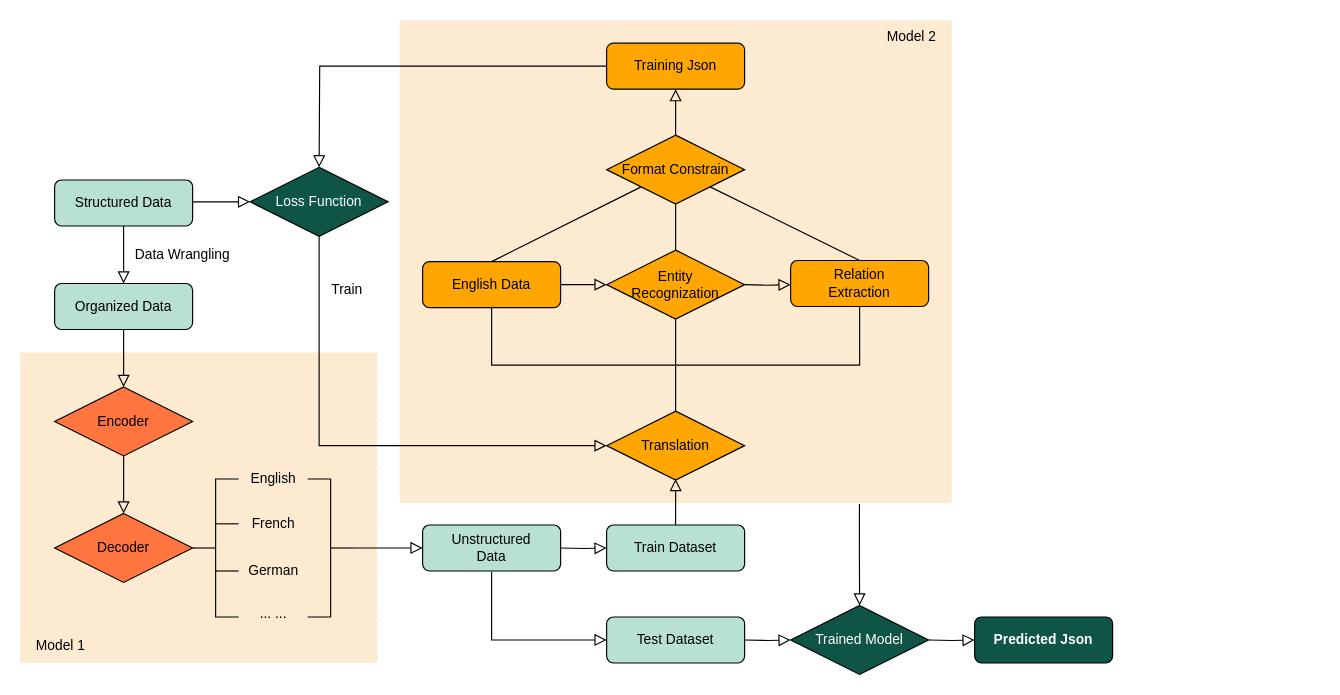
Earlier version of the draw.io diagram page "Page-1" (1 of 3) of testfiles/capstone.drawio (Yanjia1018/FinTech545_Spring2024). Source tidied: cells renumbered, new cells numbered last; positions are measured from the earlier drawing's top-left corner, leaving out a move shared by most shapes. Both pictures are drawn from the tidied source at 115%, with x=0, y=0 at pixel (20, 20).
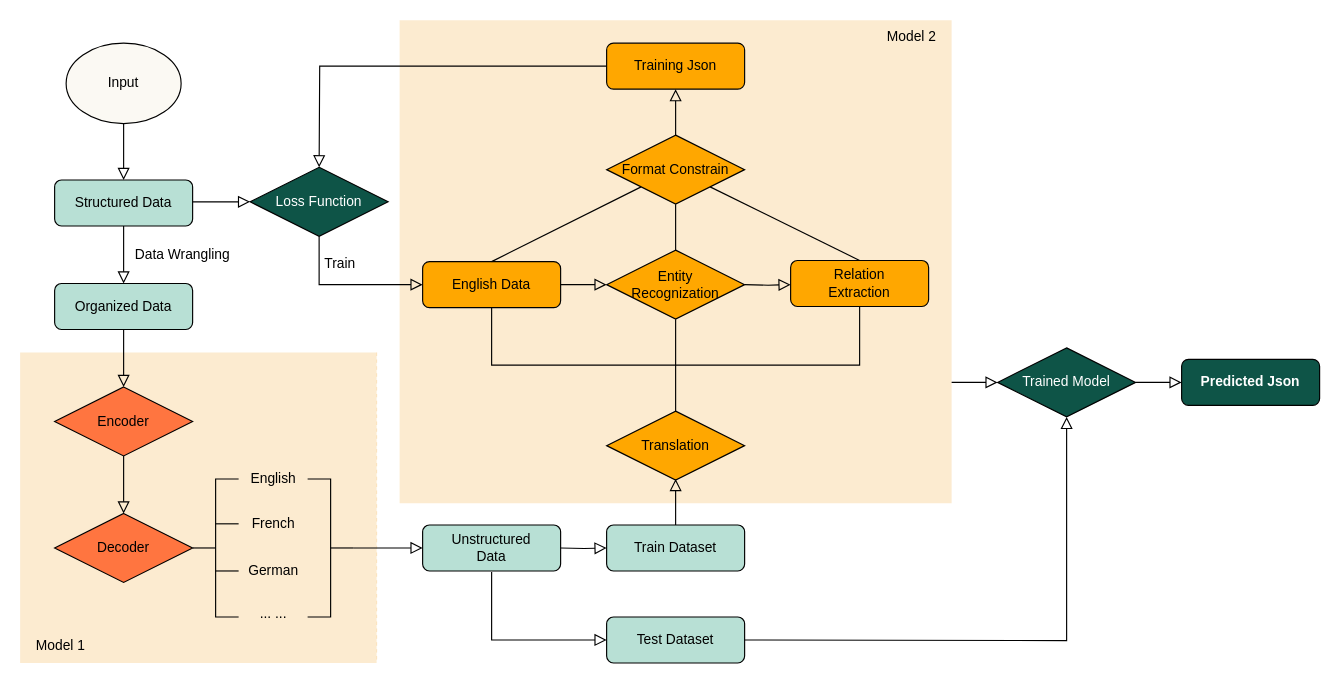
Above is the later version.

Unchanged cells that the change refers to:
```xml
<mxCell id="2" style="swimlane;startSize=0;swimlaneFillColor=#F7CD8A;fillColor=none;opacity=40;strokeColor=none;" parent="1" vertex="1">
  <mxGeometry x="330" width="480" height="420" as="geometry" />
</mxCell>
<mxCell id="18" value="English Data" style="rounded=1;whiteSpace=wrap;html=1;fontSize=12;glass=0;strokeWidth=1;shadow=0;fillColor=#FFA700;" parent="1" vertex="1">
  <mxGeometry x="350" y="210" width="120" height="40" as="geometry" />
</mxCell>
<mxCell id="26" value="&lt;font color=&quot;#ffffff&quot;&gt;Loss Function&lt;/font&gt;" style="rhombus;whiteSpace=wrap;html=1;fillColor=#0E5447;" parent="1" vertex="1">
  <mxGeometry x="200" y="128" width="120" height="60" as="geometry" />
</mxCell>
<mxCell id="30" value="Translation" style="rhombus;whiteSpace=wrap;html=1;fillColor=#FFA700;" parent="1" vertex="1">
  <mxGeometry x="510" y="340" width="120" height="60" as="geometry" />
</mxCell>
```

What changed in the source:
```diff
@@
     <mxCell id="42" value="&lt;font color=&quot;#ffffff&quot;&gt;Trained Model&lt;/font&gt;" style="rhombus;whiteSpace=wrap;html=1;fillColor=#0E5447;" parent="1" vertex="1">
-      <mxGeometry x="670" y="509" width="120" height="60" as="geometry" />
+      <mxGeometry x="850" y="285" width="120" height="60" as="geometry" />
     </mxCell>
     <mxCell id="43" value="&lt;font color=&quot;#ffffff&quot;&gt;&lt;b&gt;Predicted Json&lt;/b&gt;&lt;/font&gt;" style="rounded=1;whiteSpace=wrap;html=1;fontSize=12;glass=0;strokeWidth=1;shadow=0;fillColor=#0E5447;" parent="1" vertex="1">
-      <mxGeometry x="830" y="519" width="120" height="40" as="geometry" />
+      <mxGeometry x="1010" y="295" width="120" height="40" as="geometry" />
     </mxCell>
@@
-    <mxCell id="47" style="edgeStyle=orthogonalEdgeStyle;rounded=0;html=1;jettySize=auto;orthogonalLoop=1;fontSize=11;endArrow=block;endFill=0;endSize=8;strokeWidth=1;shadow=0;labelBackgroundColor=none;entryX=0;entryY=0.5;entryDx=0;entryDy=0;exitX=1;exitY=0.5;exitDx=0;exitDy=0;" parent="1" edge="1">
+    <mxCell id="47" style="edgeStyle=orthogonalEdgeStyle;rounded=0;html=1;jettySize=auto;fontSize=11;endArrow=block;endFill=0;endSize=8;strokeWidth=1;shadow=0;labelBackgroundColor=none;entryX=0.5;entryY=1;entryDx=0;entryDy=0;exitX=1;exitY=0.5;exitDx=0;exitDy=0;" parent="1" edge="1" target="42">
       <mxGeometry y="10" relative="1" as="geometry">
         <mxPoint x="630" y="539" as="sourcePoint" />
-        <mxPoint x="670" y="539" as="targetPoint" />
       </mxGeometry>
     </mxCell>
-    <mxCell id="48" style="edgeStyle=orthogonalEdgeStyle;rounded=0;html=1;jettySize=auto;orthogonalLoop=1;fontSize=11;endArrow=block;endFill=0;endSize=8;strokeWidth=1;shadow=0;labelBackgroundColor=none;entryX=0;entryY=0.5;entryDx=0;entryDy=0;exitX=1;exitY=0.5;exitDx=0;exitDy=0;" parent="1" edge="1">
-      <mxGeometry y="10" relative="1" as="geometry">
-        <mxPoint x="790" y="539" as="sourcePoint" />
-        <mxPoint x="830" y="539" as="targetPoint" />
-      </mxGeometry>
+    <mxCell id="48" style="edgeStyle=orthogonalEdgeStyle;rounded=0;html=1;jettySize=auto;fontSize=11;endArrow=block;endFill=0;endSize=8;strokeWidth=1;shadow=0;labelBackgroundColor=none;entryX=0;entryY=0.5;entryDx=0;entryDy=0;exitX=1;exitY=0.5;exitDx=0;exitDy=0;" parent="1" edge="1" source="42" target="43">
+      <mxGeometry y="10" relative="1" as="geometry" />
     </mxCell>
@@
     <mxCell id="50" value="Train" style="text;html=1;align=center;verticalAlign=middle;strokeColor=none;fillColor=none;" parent="1" vertex="1">
-      <mxGeometry x="259" y="220" width="50" height="30" as="geometry" />
+      <mxGeometry x="253" y="197" width="50" height="30" as="geometry" />
     </mxCell>
-    <mxCell id="51" style="rounded=0;html=1;jettySize=auto;fontSize=11;endArrow=block;endFill=0;endSize=8;strokeWidth=1;shadow=0;labelBackgroundColor=none;edgeStyle=orthogonalEdgeStyle;exitX=0.5;exitY=1;exitDx=0;exitDy=0;entryX=0;entryY=0.5;entryDx=0;entryDy=0;" parent="1" edge="1" source="26" target="30">
+    <mxCell id="51" style="rounded=0;html=1;jettySize=auto;fontSize=11;endArrow=block;endFill=0;endSize=8;strokeWidth=1;shadow=0;labelBackgroundColor=none;edgeStyle=orthogonalEdgeStyle;exitX=0.5;exitY=1;exitDx=0;exitDy=0;entryX=0;entryY=0.5;entryDx=0;entryDy=0;" parent="1" edge="1" source="26" target="18">
       <mxGeometry relative="1" as="geometry" />
     </mxCell>
-    <mxCell id="52" style="rounded=0;html=1;jettySize=auto;fontSize=11;endArrow=block;endFill=0;endSize=8;strokeWidth=1;shadow=0;labelBackgroundColor=none;edgeStyle=orthogonalEdgeStyle;entryX=0.5;entryY=0;entryDx=0;entryDy=0;exitX=0.833;exitY=1.002;exitDx=0;exitDy=0;exitPerimeter=0;" parent="1" edge="1" source="2" target="42">
+    <mxCell id="52" style="rounded=0;html=1;jettySize=auto;fontSize=11;endArrow=block;endFill=0;endSize=8;strokeWidth=1;shadow=0;labelBackgroundColor=none;edgeStyle=orthogonalEdgeStyle;entryX=0;entryY=0.5;entryDx=0;entryDy=0;exitX=1;exitY=0.75;exitDx=0;exitDy=0;" parent="1" edge="1" source="2" target="42">
       <mxGeometry relative="1" as="geometry" />
     </mxCell>
+    <mxCell id="53" value="Input" style="ellipse;whiteSpace=wrap;html=1;fillColor=#FBF9F3;" parent="1" vertex="1">
+      <mxGeometry x="40" y="20" width="100" height="70" as="geometry" />
+    </mxCell>
+    <mxCell id="54" style="rounded=0;html=1;jettySize=auto;fontSize=11;endArrow=block;endFill=0;endSize=8;strokeWidth=1;shadow=0;labelBackgroundColor=none;edgeStyle=orthogonalEdgeStyle;exitX=0.5;exitY=1;exitDx=0;exitDy=0;" parent="1" edge="1" source="53">
+      <mxGeometry relative="1" as="geometry">
+        <mxPoint x="90" y="139" as="targetPoint" />
+      </mxGeometry>
+    </mxCell>
```
